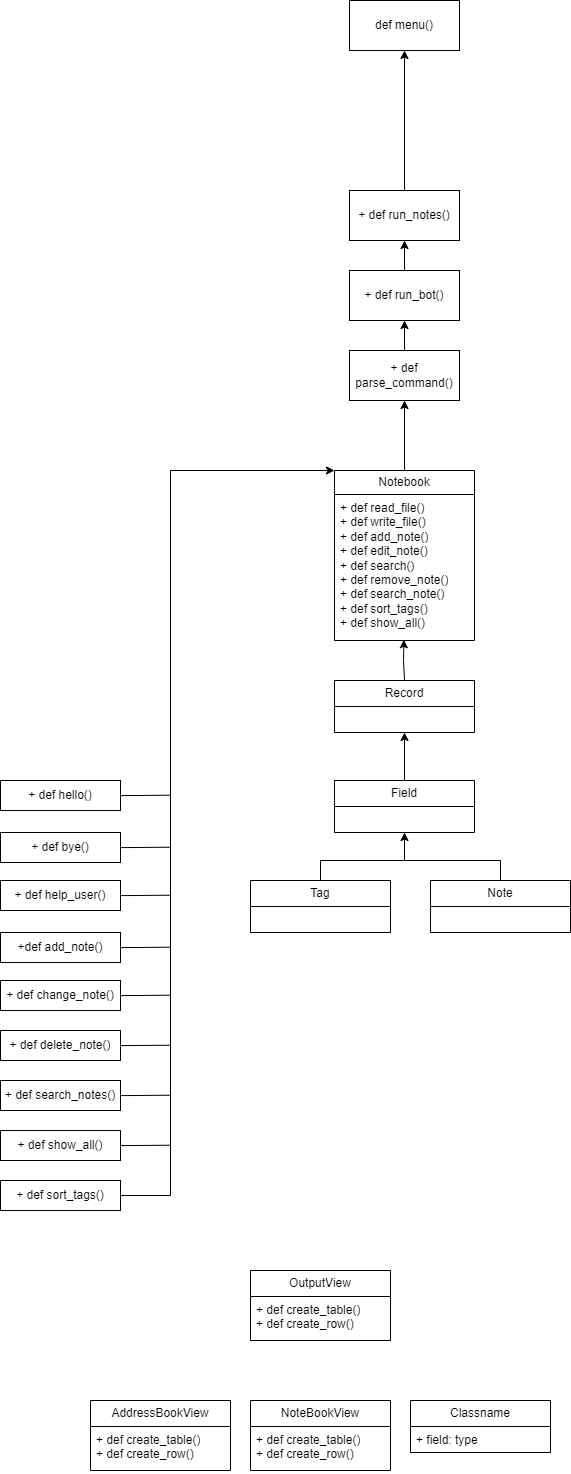
Before: Untitled Diagram.drawio.png, a diagram exported from draw.io (dragomar14/WEB-HW-01). Source tidied: cells renumbered, new cells last; positions are measured from the earlier drawing's top-left corner, leaving out a move shared by most shapes.
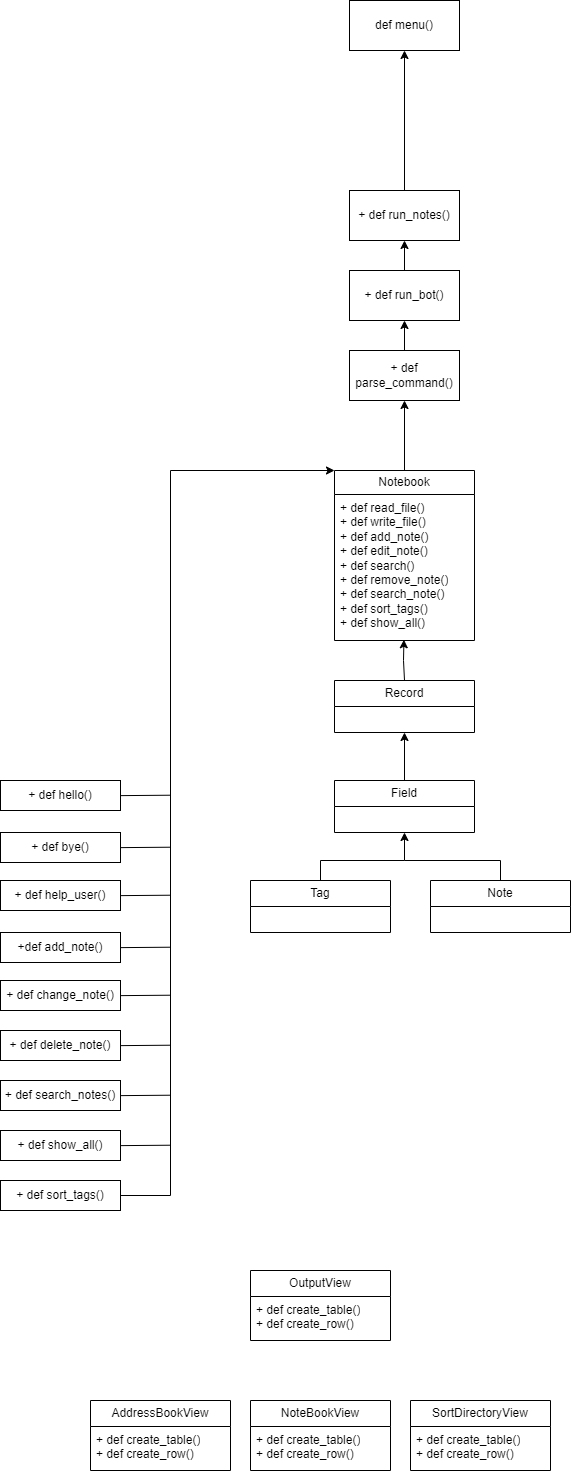
Later version of the same file.

What changed in the source:
```diff
@@ -173,11 +173,11 @@
     <mxCell id="43" value="+ def create_table()&lt;br&gt;+ def create_row()" style="text;strokeColor=none;fillColor=none;align=left;verticalAlign=top;spacingLeft=4;spacingRight=4;overflow=hidden;whiteSpace=wrap;html=1;" parent="42" vertex="1">
       <mxGeometry y="26" width="140" height="44" as="geometry" />
     </mxCell>
-    <mxCell id="44" value="Classname" style="swimlane;fontStyle=0;horizontal=1;startSize=26;fillColor=none;whiteSpace=wrap;html=1;" parent="1" vertex="1">
-      <mxGeometry x="410" y="1400" width="140" height="52" as="geometry" />
+    <mxCell id="44" value="SortDirectoryView" style="swimlane;fontStyle=0;horizontal=1;startSize=26;fillColor=none;whiteSpace=wrap;html=1;" parent="1" vertex="1">
+      <mxGeometry x="410" y="1400" width="140" height="70" as="geometry" />
     </mxCell>
-    <mxCell id="45" value="+ field: type" style="text;strokeColor=none;fillColor=none;align=left;verticalAlign=top;spacingLeft=4;spacingRight=4;overflow=hidden;whiteSpace=wrap;html=1;" parent="44" vertex="1">
-      <mxGeometry y="26" width="140" height="26" as="geometry" />
+    <mxCell id="45" value="+ def create_table()&lt;br&gt;+ def create_row()" style="text;strokeColor=none;fillColor=none;align=left;verticalAlign=top;spacingLeft=4;spacingRight=4;overflow=hidden;whiteSpace=wrap;html=1;" parent="44" vertex="1">
+      <mxGeometry y="26" width="140" height="44" as="geometry" />
     </mxCell>
   </root>
 </mxGraphModel>
```
